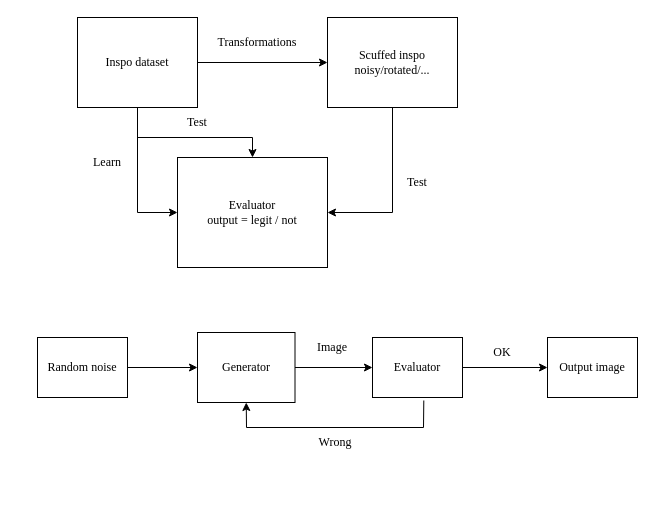
jurkovicmartin/Image-Generation keeps this draw.io diagram as page "structure" (1 of 3) of README_img/generator.drawio. Above is the earlier version. Source tidied: cells renumbered, new cells numbered last; positions are measured from the earlier drawing's top-left corner, leaving out a move shared by most shapes. Both pictures are drawn from the tidied source at 100%, with x=0, y=0 at pixel (37, 17).
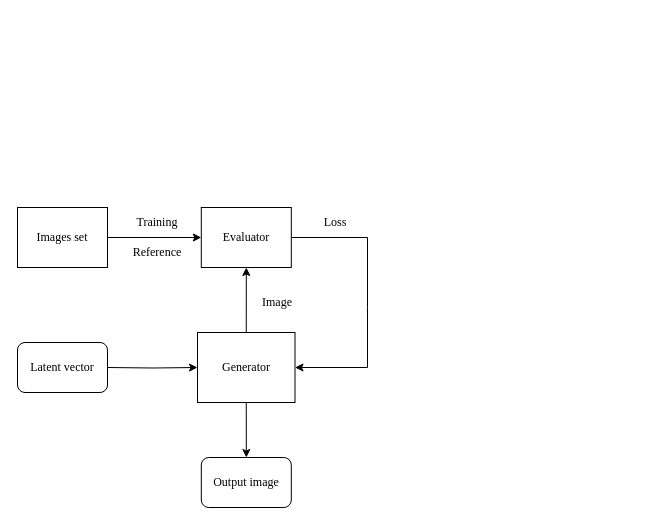
Above is the later version.

The edit, as a diff of the source:
```diff
@@
-    <mxCell id="2" style="edgeStyle=orthogonalEdgeStyle;rounded=0;jettySize=auto;html=1;exitX=0.5;exitY=1;exitDx=0;exitDy=0;entryX=0;entryY=0.5;entryDx=0;entryDy=0;" parent="1" edge="1" source="4" target="5">
-      <mxGeometry relative="1" as="geometry" />
-    </mxCell>
-    <mxCell id="3" style="edgeStyle=orthogonalEdgeStyle;rounded=0;jettySize=auto;html=1;exitX=1;exitY=0.5;exitDx=0;exitDy=0;" parent="1" edge="1" source="4" target="9">
-      <mxGeometry relative="1" as="geometry" />
-    </mxCell>
-    <mxCell id="4" value="&lt;div&gt;Inspo dataset&lt;/div&gt;" style="rounded=0;whiteSpace=wrap;html=1;fontFamily=Times New Roman;" parent="1" vertex="1">
-      <mxGeometry x="40" width="120" height="90" as="geometry" />
-    </mxCell>
-    <mxCell id="5" value="&lt;div&gt;Evaluator&lt;/div&gt;&lt;div&gt;output = legit / not&lt;/div&gt;" style="rounded=0;whiteSpace=wrap;html=1;fontFamily=Times New Roman;" parent="1" vertex="1">
-      <mxGeometry x="140" y="140" width="150" height="110" as="geometry" />
-    </mxCell>
-    <mxCell id="6" style="edgeStyle=orthogonalEdgeStyle;rounded=0;jettySize=auto;html=1;exitX=1;exitY=0.5;exitDx=0;exitDy=0;entryX=0;entryY=0.5;entryDx=0;entryDy=0;" parent="1" edge="1" source="7" target="17">
+    <mxCell id="6" style="edgeStyle=orthogonalEdgeStyle;rounded=0;jettySize=auto;html=1;exitX=0.5;exitY=0;exitDx=0;exitDy=0;entryX=0.5;entryY=1;entryDx=0;entryDy=0;" parent="1" edge="1" source="7" target="17">
       <mxGeometry relative="1" as="geometry" />
     </mxCell>
+    <mxCell id="24" style="edgeStyle=orthogonalEdgeStyle;rounded=0;jettySize=auto;html=1;exitX=0.5;exitY=1;exitDx=0;exitDy=0;" parent="1" edge="1" source="7">
+      <mxGeometry relative="1" as="geometry">
+        <mxPoint x="208.8" y="440" as="targetPoint" />
+      </mxGeometry>
+    </mxCell>
-    <mxCell id="7" value="Generator" style="rounded=0;whiteSpace=wrap;html=1;fontFamily=Times New Roman;" parent="1" vertex="1">
+    <mxCell id="7" value="Generator" style="rounded=0;whiteSpace=wrap;html=1;fontFamily=Times New Roman;fontStyle=0;" parent="1" vertex="1">
       <mxGeometry x="160" y="315" width="97.5" height="70" as="geometry" />
     </mxCell>
-    <mxCell id="8" style="edgeStyle=orthogonalEdgeStyle;rounded=0;jettySize=auto;html=1;exitX=0.5;exitY=1;exitDx=0;exitDy=0;entryX=1;entryY=0.5;entryDx=0;entryDy=0;" parent="1" edge="1" source="9" target="5">
-      <mxGeometry relative="1" as="geometry" />
-    </mxCell>
-    <mxCell id="9" value="&lt;div&gt;Scuffed inspo&lt;/div&gt;&lt;div&gt;noisy/rotated/...&lt;/div&gt;" style="rounded=0;whiteSpace=wrap;html=1;fontFamily=Times New Roman;" parent="1" vertex="1">
-      <mxGeometry x="290" width="130" height="90" as="geometry" />
-    </mxCell>
-    <mxCell id="10" value="Learn" style="text;html=1;align=center;verticalAlign=middle;whiteSpace=wrap;rounded=0;fontFamily=Times New Roman;" parent="1" vertex="1">
-      <mxGeometry x="40" y="130" width="60" height="30" as="geometry" />
-    </mxCell>
-    <mxCell id="11" value="Transformations" style="text;html=1;align=center;verticalAlign=middle;whiteSpace=wrap;rounded=0;fontFamily=Times New Roman;" parent="1" vertex="1">
-      <mxGeometry x="180" y="10" width="80" height="30" as="geometry" />
-    </mxCell>
-    <mxCell id="12" style="endArrow=classic;html=1;rounded=0;exitX=0.5;exitY=1;exitDx=0;exitDy=0;entryX=0.5;entryY=0;entryDx=0;entryDy=0;" parent="1" edge="1" source="4" target="5">
-      <mxGeometry relative="1" as="geometry">
-        <Array as="points">
-          <mxPoint x="100" y="120" />
-          <mxPoint x="215" y="120" />
-        </Array>
-      </mxGeometry>
-    </mxCell>
-    <mxCell id="13" value="Test" style="text;html=1;align=center;verticalAlign=middle;whiteSpace=wrap;rounded=0;fontFamily=Times New Roman;" parent="1" vertex="1">
-      <mxGeometry x="120" y="90" width="80" height="30" as="geometry" />
-    </mxCell>
-    <mxCell id="14" value="Test" style="text;html=1;align=center;verticalAlign=middle;whiteSpace=wrap;rounded=0;fontFamily=Times New Roman;" parent="1" vertex="1">
-      <mxGeometry x="340" y="150" width="80" height="30" as="geometry" />
-    </mxCell>
-    <mxCell id="15" style="edgeStyle=orthogonalEdgeStyle;rounded=0;jettySize=auto;html=1;exitX=1;exitY=0.5;exitDx=0;exitDy=0;entryX=0;entryY=0.5;entryDx=0;entryDy=0;" parent="1" edge="1" source="16" target="7">
-      <mxGeometry relative="1" as="geometry" />
+    <mxCell id="15" style="edgeStyle=orthogonalEdgeStyle;rounded=0;jettySize=auto;html=1;exitX=1;exitY=0.5;exitDx=0;exitDy=0;entryX=0;entryY=0.5;entryDx=0;entryDy=0;" parent="1" edge="1" target="7">
+      <mxGeometry relative="1" as="geometry">
+        <mxPoint x="70" y="350" as="sourcePoint" />
+      </mxGeometry>
     </mxCell>
-    <mxCell id="16" value="Random noise" style="rounded=0;whiteSpace=wrap;html=1;fontFamily=Times New Roman;" parent="1" vertex="1">
-      <mxGeometry y="320" width="90" height="60" as="geometry" />
-    </mxCell>
-    <mxCell id="17" value="Evaluator" style="rounded=0;whiteSpace=wrap;html=1;fontFamily=Times New Roman;" parent="1" vertex="1">
-      <mxGeometry x="335" y="320" width="90" height="60" as="geometry" />
+    <mxCell id="17" value="Evaluator" style="rounded=0;whiteSpace=wrap;html=1;fontFamily=Times New Roman;fontStyle=0;" parent="1" vertex="1">
+      <mxGeometry x="163.8" y="190" width="90" height="60" as="geometry" />
     </mxCell>
     <mxCell id="18" value="Image" style="text;html=1;align=center;verticalAlign=middle;whiteSpace=wrap;rounded=0;fontFamily=Times New Roman;" parent="1" vertex="1">
-      <mxGeometry x="255" y="315" width="80" height="30" as="geometry" />
+      <mxGeometry x="200" y="270" width="80" height="30" as="geometry" />
     </mxCell>
-    <mxCell id="19" style="endArrow=classic;html=1;rounded=0;exitX=0.57;exitY=1.05;exitDx=0;exitDy=0;entryX=0.5;entryY=1;entryDx=0;entryDy=0;exitPerimeter=0;" parent="1" edge="1" source="17" target="7">
+    <mxCell id="19" style="endArrow=classic;html=1;rounded=0;exitX=1;exitY=0.5;exitDx=0;exitDy=0;entryX=1;entryY=0.5;entryDx=0;entryDy=0;" parent="1" edge="1" source="17" target="7">
       <mxGeometry relative="1" as="geometry">
         <Array as="points">
-          <mxPoint x="386" y="410" />
-          <mxPoint x="209" y="410" />
+          <mxPoint x="330" y="220" />
+          <mxPoint x="330" y="290" />
+          <mxPoint x="330" y="350" />
         </Array>
       </mxGeometry>
     </mxCell>
-    <mxCell id="20" value="Wrong" style="text;html=1;align=center;verticalAlign=middle;whiteSpace=wrap;rounded=0;fontFamily=Times New Roman;" parent="1" vertex="1">
-      <mxGeometry x="257.5" y="410" width="80" height="30" as="geometry" />
+    <mxCell id="20" value="Loss" style="text;html=1;align=center;verticalAlign=middle;whiteSpace=wrap;rounded=0;fontFamily=Times New Roman;" parent="1" vertex="1">
+      <mxGeometry x="257.5" y="190" width="80" height="30" as="geometry" />
     </mxCell>
+    <mxCell id="25" style="edgeStyle=orthogonalEdgeStyle;rounded=0;jettySize=auto;html=1;exitX=1;exitY=0.5;exitDx=0;exitDy=0;entryX=0;entryY=0.5;entryDx=0;entryDy=0;" parent="1" edge="1" source="26" target="17">
+      <mxGeometry relative="1" as="geometry" />
+    </mxCell>
+    <mxCell id="26" value="Images set" style="rounded=0;whiteSpace=wrap;html=1;fontFamily=Times New Roman;" parent="1" vertex="1">
+      <mxGeometry x="-20" y="190" width="90" height="60" as="geometry" />
+    </mxCell>
+    <mxCell id="27" value="Training" style="text;html=1;align=center;verticalAlign=middle;whiteSpace=wrap;rounded=0;fontFamily=Times New Roman;" parent="1" vertex="1">
+      <mxGeometry x="80" y="190" width="80" height="30" as="geometry" />
+    </mxCell>
+    <mxCell id="28" value="Reference" style="text;html=1;align=center;verticalAlign=middle;whiteSpace=wrap;rounded=0;fontFamily=Times New Roman;" parent="1" vertex="1">
+      <mxGeometry x="80" y="220" width="80" height="30" as="geometry" />
+    </mxCell>
-    <mxCell id="21" value="Output image" style="rounded=0;whiteSpace=wrap;html=1;fontFamily=Times New Roman;" parent="1" vertex="1">
-      <mxGeometry x="510" y="320" width="90" height="60" as="geometry" />
+    <mxCell id="21" value="Output image" style="rounded=1;whiteSpace=wrap;html=1;fontFamily=Times New Roman;" parent="1" vertex="1">
+      <mxGeometry x="163.8" y="440" width="90" height="50" as="geometry" />
     </mxCell>
-    <mxCell id="22" style="endArrow=classic;html=1;rounded=0;exitX=1;exitY=0.5;exitDx=0;exitDy=0;entryX=0;entryY=0.5;entryDx=0;entryDy=0;" parent="1" edge="1" source="17" target="21">
-      <mxGeometry relative="1" as="geometry" />
-    </mxCell>
-    <mxCell id="23" value="OK" style="text;html=1;align=center;verticalAlign=middle;whiteSpace=wrap;rounded=0;fontFamily=Times New Roman;" parent="1" vertex="1">
-      <mxGeometry x="425" y="320" width="80" height="30" as="geometry" />
-    </mxCell>
+    <mxCell id="29" value="Latent vector" style="rounded=1;whiteSpace=wrap;html=1;fontFamily=Times New Roman;" parent="1" vertex="1">
+      <mxGeometry x="-20" y="325" width="90" height="50" as="geometry" />
+    </mxCell>
```
